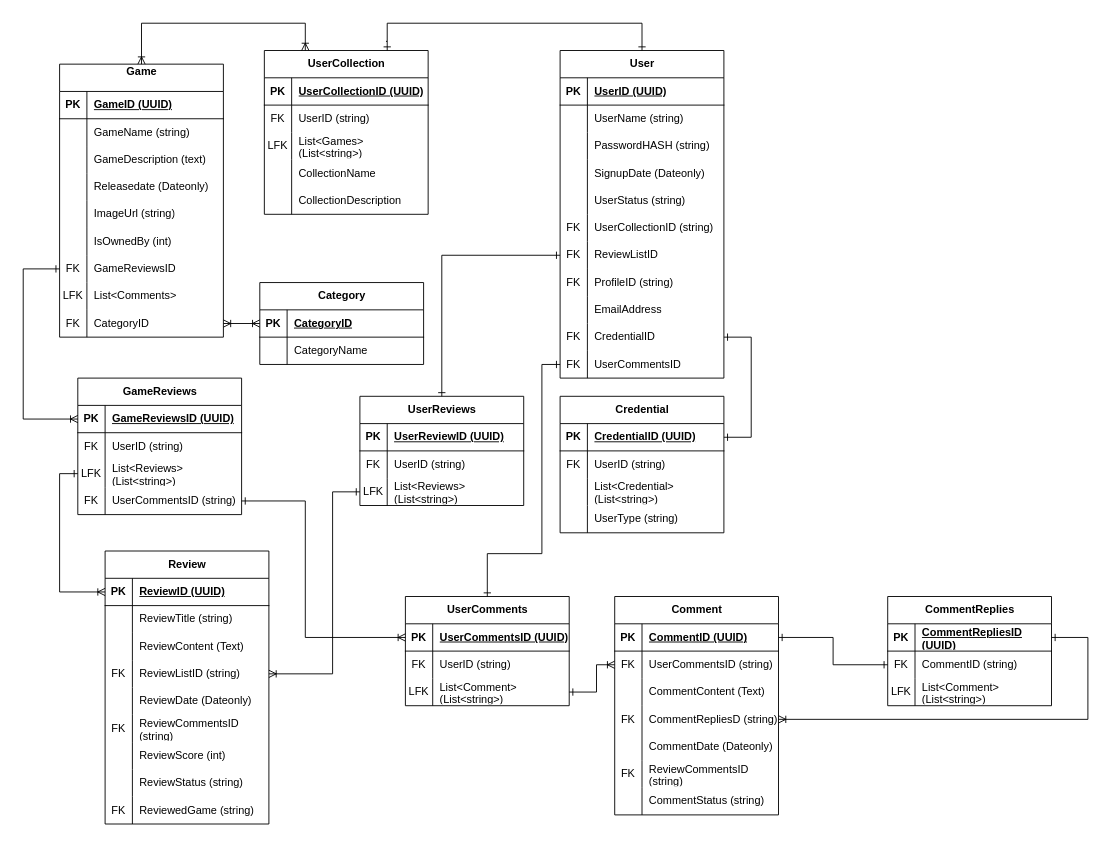
Before: games-demo-project/GameDB expanded.drawio in kivikangur-tthk/M-TARpe24-Hajusrakendused, a draw.io diagram. Source tidied: cells renumbered, new cells numbered last; positions are measured from the earlier drawing's top-left corner, leaving out a move shared by most shapes. Both pictures are drawn from the tidied source at 91%, with x=0, y=0 at pixel (23, 23).
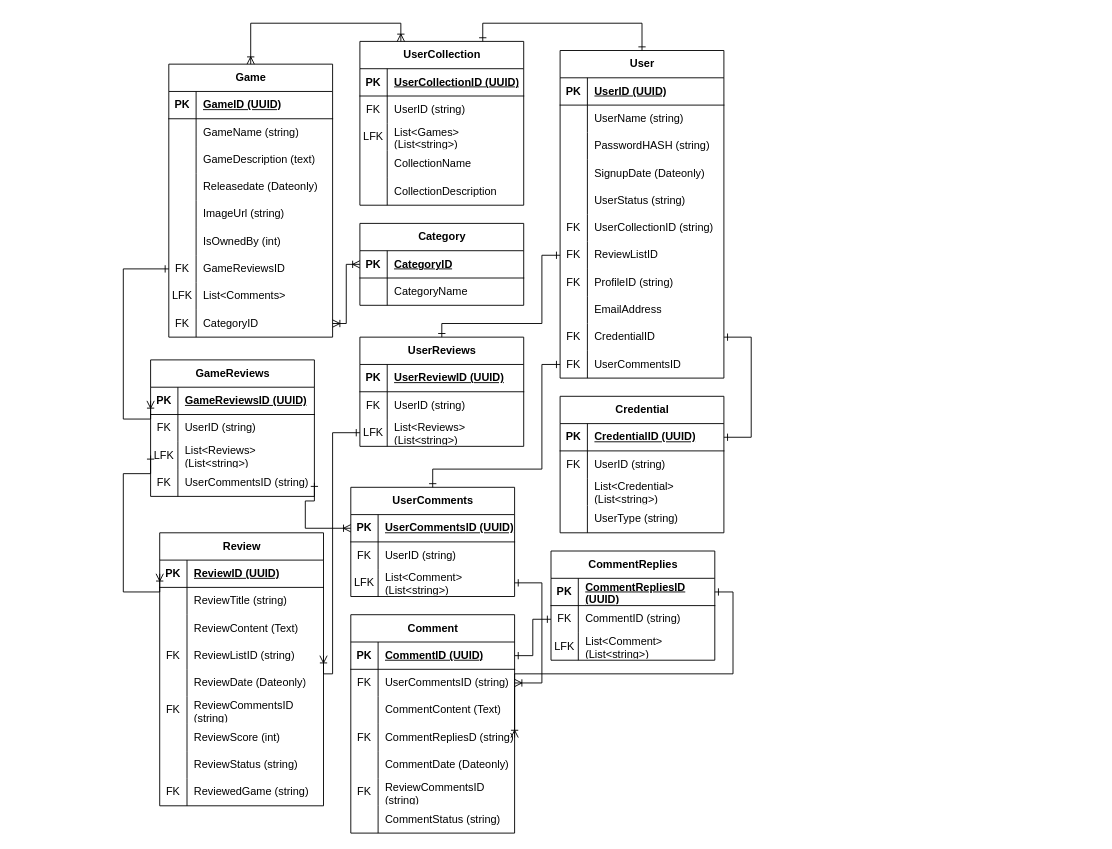
After the change.

The change refers to these unchanged cells:
```xml
<mxCell id="21" style="shape=tableRow;horizontal=0;startSize=0;swimlaneHead=0;swimlaneBody=0;fillColor=none;points=[[0,0.5],[1,0.5]];portConstraint=eastwest;top=0;left=0;right=0;bottom=0;" parent="2" vertex="1">
  <mxGeometry y="210" width="180" height="30" as="geometry" />
</mxCell>
<mxCell id="30" value="User" style="shape=table;startSize=30;childLayout=tableLayout;rowLines=0;fontStyle=1;align=center;html=1;fillColor=light-dark(#FFFFFF,#990099);" parent="1" vertex="1">
  <mxGeometry x="590" y="30" width="180" height="360" as="geometry" />
</mxCell>
<mxCell id="49" style="shape=tableRow;horizontal=0;startSize=0;swimlaneHead=0;swimlaneBody=0;fillColor=none;points=[[0,0.5],[1,0.5]];portConstraint=eastwest;top=0;left=0;right=0;bottom=0;" parent="30" vertex="1">
  <mxGeometry y="210" width="180" height="30" as="geometry" />
</mxCell>
<mxCell id="61" style="shape=tableRow;horizontal=0;startSize=0;swimlaneHead=0;swimlaneBody=0;fillColor=none;points=[[0,0.5],[1,0.5]];portConstraint=eastwest;top=0;left=0;right=0;bottom=0;" parent="30" vertex="1">
  <mxGeometry y="330" width="180" height="30" as="geometry" />
</mxCell>
<mxCell id="83" style="shape=tableRow;horizontal=0;startSize=0;swimlaneHead=0;swimlaneBody=0;fillColor=none;points=[[0,0.5],[1,0.5]];portConstraint=eastwest;top=0;left=0;right=0;bottom=1;" parent="82" vertex="1">
  <mxGeometry y="30" width="180" height="30" as="geometry" />
</mxCell>
<mxCell id="92" style="shape=tableRow;horizontal=0;startSize=0;swimlaneHead=0;swimlaneBody=0;fillColor=none;points=[[0,0.5],[1,0.5]];portConstraint=eastwest;top=0;left=0;right=0;bottom=0;" parent="82" vertex="1">
  <mxGeometry y="120" width="180" height="30" as="geometry" />
</mxCell>
<mxCell id="117" style="shape=tableRow;horizontal=0;startSize=0;swimlaneHead=0;swimlaneBody=0;fillColor=none;points=[[0,0.5],[1,0.5]];portConstraint=eastwest;top=0;left=0;right=0;bottom=0;" parent="110" vertex="1">
  <mxGeometry y="90" width="180" height="30" as="geometry" />
</mxCell>
<mxCell id="145" style="shape=tableRow;horizontal=0;startSize=0;swimlaneHead=0;swimlaneBody=0;fillColor=none;points=[[0,0.5],[1,0.5]];portConstraint=eastwest;top=0;left=0;right=0;bottom=1;" parent="144" vertex="1">
  <mxGeometry y="30" width="180" height="30" as="geometry" />
</mxCell>
<mxCell id="151" style="shape=tableRow;horizontal=0;startSize=0;swimlaneHead=0;swimlaneBody=0;fillColor=none;points=[[0,0.5],[1,0.5]];portConstraint=eastwest;top=0;left=0;right=0;bottom=0;" parent="144" vertex="1">
  <mxGeometry y="90" width="180" height="30" as="geometry" />
</mxCell>
<mxCell id="154" style="shape=tableRow;horizontal=0;startSize=0;swimlaneHead=0;swimlaneBody=0;fillColor=none;points=[[0,0.5],[1,0.5]];portConstraint=eastwest;top=0;left=0;right=0;bottom=0;" parent="144" vertex="1">
  <mxGeometry y="120" width="180" height="30" as="geometry" />
</mxCell>
<mxCell id="161" style="shape=tableRow;horizontal=0;startSize=0;swimlaneHead=0;swimlaneBody=0;fillColor=none;points=[[0,0.5],[1,0.5]];portConstraint=eastwest;top=0;left=0;right=0;bottom=0;" parent="157" vertex="1">
  <mxGeometry y="60" width="180" height="30" as="geometry" />
</mxCell>
<mxCell id="167" style="shape=tableRow;horizontal=0;startSize=0;swimlaneHead=0;swimlaneBody=0;fillColor=none;points=[[0,0.5],[1,0.5]];portConstraint=eastwest;top=0;left=0;right=0;bottom=0;" parent="157" vertex="1">
  <mxGeometry y="120" width="180" height="30" as="geometry" />
</mxCell>
<mxCell id="180" style="shape=tableRow;horizontal=0;startSize=0;swimlaneHead=0;swimlaneBody=0;fillColor=none;points=[[0,0.5],[1,0.5]];portConstraint=eastwest;top=0;left=0;right=0;bottom=1;" parent="179" vertex="1">
  <mxGeometry y="30" width="180" height="30" as="geometry" />
</mxCell>
<mxCell id="192" style="shape=tableRow;horizontal=0;startSize=0;swimlaneHead=0;swimlaneBody=0;fillColor=none;points=[[0,0.5],[1,0.5]];portConstraint=eastwest;top=0;left=0;right=0;bottom=1;" parent="191" vertex="1">
  <mxGeometry y="30" width="180" height="30" as="geometry" />
</mxCell>
<mxCell id="198" style="shape=tableRow;horizontal=0;startSize=0;swimlaneHead=0;swimlaneBody=0;fillColor=none;points=[[0,0.5],[1,0.5]];portConstraint=eastwest;top=0;left=0;right=0;bottom=0;" parent="191" vertex="1">
  <mxGeometry y="90" width="180" height="30" as="geometry" />
</mxCell>
```

Diff of the diagram source:
```diff
@@
-    <mxCell id="2" value="Game&lt;div&gt;&lt;br&gt;&lt;/div&gt;" style="shape=table;startSize=30;childLayout=tableLayout;rowLines=0;fontStyle=1;align=center;html=1;fillColor=light-dark(#FFFFFF,#990099);" parent="1" vertex="1">
-      <mxGeometry x="40" y="45" width="180" height="300" as="geometry" />
+    <mxCell id="2" value="Game" style="shape=table;startSize=30;childLayout=tableLayout;rowLines=0;fontStyle=1;align=center;html=1;fillColor=light-dark(#FFFFFF,#990099);" parent="1" vertex="1">
+      <mxGeometry x="160" y="45" width="180" height="300" as="geometry" />
     </mxCell>
@@
     <mxCell id="64" value="UserCollection" style="shape=table;startSize=30;childLayout=tableLayout;rowLines=0;fontStyle=1;align=center;html=1;fillColor=light-dark(#FFFFFF,#009999);" parent="1" vertex="1">
-      <mxGeometry x="265" y="30" width="180" height="180" as="geometry" />
+      <mxGeometry x="370" y="20" width="180" height="180" as="geometry" />
     </mxCell>
@@
     <mxCell id="80" style="edgeStyle=orthogonalEdgeStyle;fontSize=12;html=1;endArrow=ERone;startArrow=ERone;rounded=0;entryX=0.5;entryY=0;entryDx=0;entryDy=0;startFill=0;endFill=0;exitX=0.75;exitY=0;exitDx=0;exitDy=0;" parent="1" edge="1" source="64" target="30">
       <mxGeometry x="-0.35" relative="1" as="geometry">
         <Array as="points">
-          <mxPoint x="399" y="20" />
-          <mxPoint x="400" y="20" />
-          <mxPoint x="400" />
-          <mxPoint x="580" />
+          <mxPoint x="505" y="20" />
+          <mxPoint x="505" />
+          <mxPoint x="680" />
         </Array>
       </mxGeometry>
     </mxCell>
     <mxCell id="81" style="edgeStyle=orthogonalEdgeStyle;fontSize=12;html=1;endArrow=ERoneToMany;startArrow=ERoneToMany;rounded=0;entryX=0.25;entryY=0;entryDx=0;entryDy=0;exitX=0.5;exitY=0;exitDx=0;exitDy=0;startFill=0;endFill=0;" parent="1" edge="1" source="2" target="64">
       <mxGeometry relative="1" as="geometry">
         <Array as="points">
-          <mxPoint x="130" />
-          <mxPoint x="310" />
+          <mxPoint x="250" />
+          <mxPoint x="415" />
         </Array>
       </mxGeometry>
     </mxCell>
     <mxCell id="82" value="Review" style="shape=table;startSize=30;childLayout=tableLayout;rowLines=0;fontStyle=1;align=center;html=1;fillColor=light-dark(#FFFFFF,#990099);" parent="1" vertex="1">
-      <mxGeometry x="90" y="580" width="180" height="300" as="geometry" />
+      <mxGeometry x="150" y="560" width="180" height="300" as="geometry" />
     </mxCell>
@@
     <mxCell id="110" value="UserReviews" style="shape=table;startSize=30;childLayout=tableLayout;rowLines=0;fontStyle=1;align=center;html=1;fillColor=light-dark(#FFFFFF,#009999);" parent="1" vertex="1">
-      <mxGeometry x="370" y="410" width="180" height="120" as="geometry" />
+      <mxGeometry x="370" y="345" width="180" height="120" as="geometry" />
     </mxCell>
@@
     <mxCell id="120" style="edgeStyle=orthogonalEdgeStyle;fontSize=12;html=1;endArrow=ERone;startArrow=ERone;rounded=0;entryX=0;entryY=0.5;entryDx=0;entryDy=0;exitX=0.5;exitY=0;exitDx=0;exitDy=0;startFill=0;endFill=0;" parent="1" edge="1" source="110" target="49">
-      <mxGeometry relative="1" as="geometry" />
+      <mxGeometry relative="1" as="geometry">
+        <Array as="points">
+          <mxPoint x="460" y="330" />
+          <mxPoint x="570" y="330" />
+          <mxPoint x="570" y="255" />
+        </Array>
+      </mxGeometry>
     </mxCell>
     <mxCell id="121" style="edgeStyle=orthogonalEdgeStyle;fontSize=12;html=1;endArrow=ERone;startArrow=ERoneToMany;rounded=0;entryX=0;entryY=0.5;entryDx=0;entryDy=0;exitX=1;exitY=0.5;exitDx=0;exitDy=0;startFill=0;endFill=0;" parent="1" edge="1" source="92" target="117">
       <mxGeometry relative="1" as="geometry">
         <Array as="points">
           <mxPoint x="340" y="715" />
-          <mxPoint x="340" y="515" />
+          <mxPoint x="340" y="450" />
         </Array>
       </mxGeometry>
     </mxCell>
     <mxCell id="122" value="Category" style="shape=table;startSize=30;childLayout=tableLayout;rowLines=0;fontStyle=1;align=center;html=1;fillColor=light-dark(#FFFFFF,#990099);" parent="1" vertex="1">
-      <mxGeometry x="260" y="285" width="180" height="90" as="geometry" />
+      <mxGeometry x="370" y="220" width="180" height="90" as="geometry" />
     </mxCell>
@@
     <mxCell id="144" value="GameReviews" style="shape=table;startSize=30;childLayout=tableLayout;rowLines=0;fontStyle=1;align=center;html=1;fillColor=light-dark(#FFFFFF,#009999);" parent="1" vertex="1">
-      <mxGeometry x="60" y="390" width="180" height="150" as="geometry" />
+      <mxGeometry x="140" y="370" width="180" height="150" as="geometry" />
     </mxCell>
@@
     <mxCell id="157" value="Comment" style="shape=table;startSize=30;childLayout=tableLayout;rowLines=0;fontStyle=1;align=center;html=1;fillColor=light-dark(#FFFFFF,#990099);" parent="1" vertex="1">
-      <mxGeometry x="650" y="630" width="180" height="240" as="geometry" />
+      <mxGeometry x="360" y="650" width="180" height="240" as="geometry" />
     </mxCell>
@@
     <mxCell id="179" value="CommentReplies" style="shape=table;startSize=30;childLayout=tableLayout;rowLines=0;fontStyle=1;align=center;html=1;fillColor=light-dark(#FFFFFF,#009999);" parent="1" vertex="1">
-      <mxGeometry x="950" y="630" width="180" height="120" as="geometry" />
+      <mxGeometry x="580" y="580" width="180" height="120" as="geometry" />
     </mxCell>
@@
     <mxCell id="190" style="edgeStyle=orthogonalEdgeStyle;fontSize=12;html=1;endArrow=ERone;startArrow=ERoneToMany;rounded=0;entryX=1;entryY=0.5;entryDx=0;entryDy=0;exitX=1;exitY=0.5;exitDx=0;exitDy=0;startFill=0;endFill=0;" parent="1" edge="1" source="167" target="180">
-      <mxGeometry x="-0.25" relative="1" as="geometry">
+      <mxGeometry x="-0.13" relative="1" as="geometry">
         <Array as="points">
-          <mxPoint x="1170" y="765" />
-          <mxPoint x="1170" y="675" />
+          <mxPoint x="540" y="715" />
+          <mxPoint x="780" y="715" />
+          <mxPoint x="780" y="625" />
         </Array>
       </mxGeometry>
     </mxCell>
     <mxCell id="191" value="UserComments" style="shape=table;startSize=30;childLayout=tableLayout;rowLines=0;fontStyle=1;align=center;html=1;fillColor=light-dark(#FFFFFF,#009999);" parent="1" vertex="1">
-      <mxGeometry x="420" y="630" width="180" height="120" as="geometry" />
+      <mxGeometry x="360" y="510" width="180" height="120" as="geometry" />
     </mxCell>
@@
-    <mxCell id="201" style="edgeStyle=orthogonalEdgeStyle;fontSize=12;html=1;endArrow=ERone;startArrow=ERoneToMany;rounded=0;entryX=1;entryY=0.5;entryDx=0;entryDy=0;exitX=0;exitY=0.5;exitDx=0;exitDy=0;startFill=0;endFill=0;" parent="1" edge="1" source="161" target="198">
-      <mxGeometry x="0.34" relative="1" as="geometry">
+    <mxCell id="201" style="edgeStyle=orthogonalEdgeStyle;fontSize=12;html=1;endArrow=ERone;startArrow=ERoneToMany;rounded=0;entryX=1;entryY=0.5;entryDx=0;entryDy=0;exitX=1;exitY=0.5;exitDx=0;exitDy=0;startFill=0;endFill=0;" parent="1" edge="1" source="161" target="198">
+      <mxGeometry x="-0.57" relative="1" as="geometry">
         <Array as="points">
-          <mxPoint x="630" y="705" />
-          <mxPoint x="630" y="735" />
+          <mxPoint x="570" y="725" />
+          <mxPoint x="570" y="615" />
         </Array>
       </mxGeometry>
     </mxCell>
     <mxCell id="202" style="edgeStyle=orthogonalEdgeStyle;fontSize=12;html=1;endArrow=ERone;startArrow=ERone;rounded=0;exitX=0.5;exitY=0;exitDx=0;exitDy=0;startFill=0;endFill=0;entryX=0;entryY=0.5;entryDx=0;entryDy=0;" parent="1" edge="1" source="191" target="61">
       <mxGeometry x="-0.13" relative="1" as="geometry">
         <Array as="points">
-          <mxPoint x="510" y="582.9" />
-          <mxPoint x="570" y="582.9" />
+          <mxPoint x="450" y="490" />
+          <mxPoint x="570" y="490" />
           <mxPoint x="570" y="375" />
         </Array>
       </mxGeometry>
     </mxCell>
     <mxCell id="203" style="edgeStyle=orthogonalEdgeStyle;fontSize=12;html=1;endArrow=ERone;startArrow=ERoneToMany;rounded=0;entryX=0;entryY=0.5;entryDx=0;entryDy=0;exitX=0;exitY=0.5;exitDx=0;exitDy=0;startFill=0;endFill=0;" parent="1" edge="1" source="145" target="21">
       <mxGeometry x="-0.01" relative="1" as="geometry">
         <Array as="points">
-          <mxPoint y="435" />
-          <mxPoint y="270" />
+          <mxPoint x="140" y="435" />
+          <mxPoint x="110" y="435" />
+          <mxPoint x="110" y="270" />
         </Array>
       </mxGeometry>
     </mxCell>
     <mxCell id="204" style="edgeStyle=orthogonalEdgeStyle;fontSize=12;html=1;endArrow=ERone;startArrow=ERoneToMany;rounded=0;entryX=0;entryY=0.5;entryDx=0;entryDy=0;exitX=0;exitY=0.5;exitDx=0;exitDy=0;startFill=0;endFill=0;" parent="1" edge="1" source="83" target="151">
       <mxGeometry x="0.07" relative="1" as="geometry">
         <Array as="points">
-          <mxPoint x="40" y="625" />
-          <mxPoint x="40" y="495" />
+          <mxPoint x="150" y="625" />
+          <mxPoint x="110" y="625" />
+          <mxPoint x="110" y="495" />
+          <mxPoint x="140" y="495" />
         </Array>
       </mxGeometry>
     </mxCell>
     <mxCell id="205" style="edgeStyle=orthogonalEdgeStyle;fontSize=12;html=1;endArrow=ERone;startArrow=ERoneToMany;rounded=0;entryX=1;entryY=0.5;entryDx=0;entryDy=0;exitX=0;exitY=0.5;exitDx=0;exitDy=0;startFill=0;endFill=0;" parent="1" edge="1" source="192" target="154">
-      <mxGeometry x="0.52" relative="1" as="geometry">
+      <mxGeometry x="-0.26" relative="1" as="geometry">
         <Array as="points">
-          <mxPoint x="310" y="675" />
+          <mxPoint x="310" y="555" />
           <mxPoint x="310" y="525" />
         </Array>
       </mxGeometry>
     </mxCell>
```
